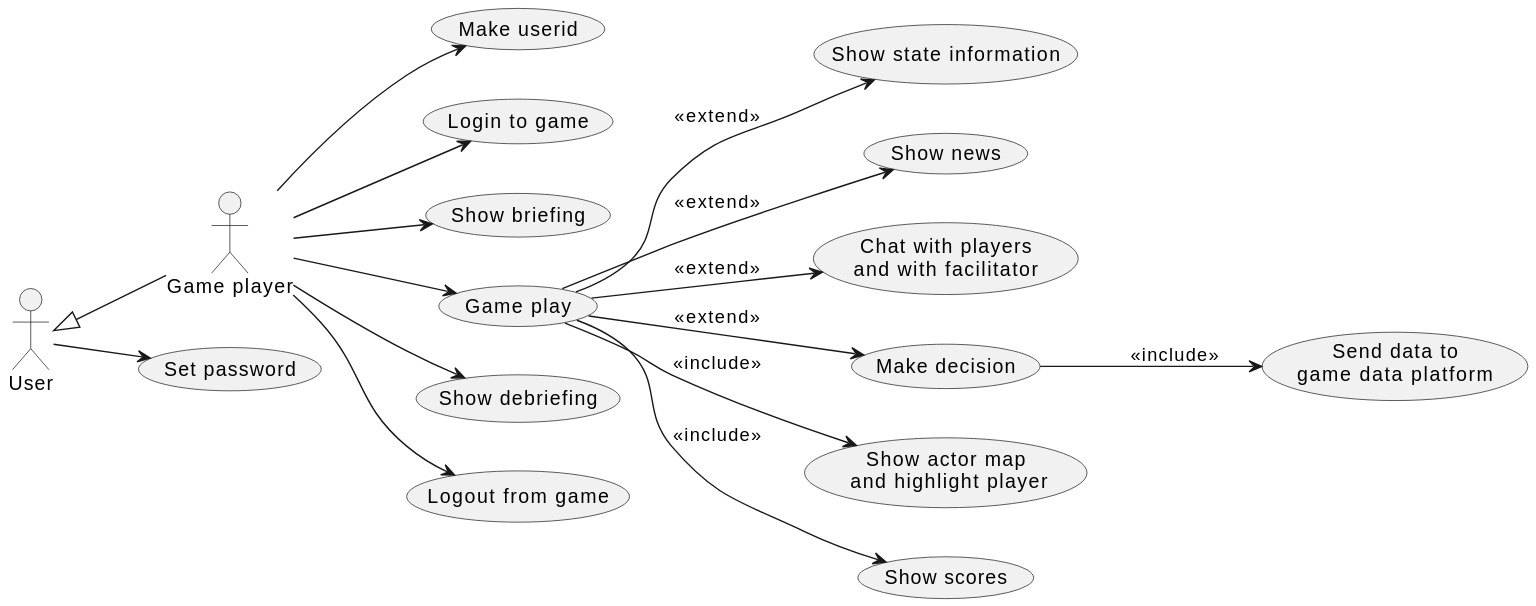
Above: doc/1-use-cases/diagrams/game-play.svg in averbraeck/gscg-design (PlantUML), before the change.
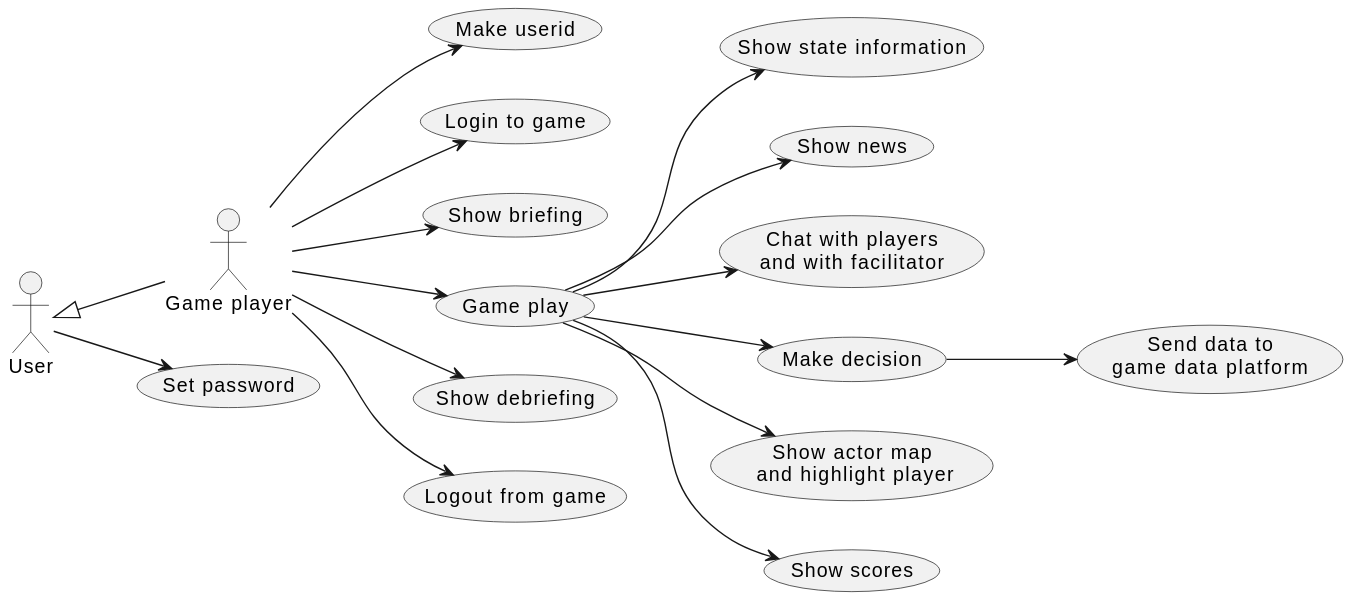
Above is the later version.

What changed in the source:
```diff
@@ -12,14 +12,14 @@
 GP --> (Show briefing)
 
 GP --> (Game play)
-(Game play) --> (Show state information) : << extend >>
-(Game play) --> (Show news) : << extend >>
-(Game play) --> (Chat with players\nand with facilitator) : << extend >>
-(Game play) --> (Make decision) : << extend >>
-(Game play) --> (Show actor map\n and highlight player) : << include >>
-(Game play) --> (Show scores) : << include >>
+(Game play) --> (Show state information)
+(Game play) --> (Show news)
+(Game play) --> (Chat with players\nand with facilitator)
+(Game play) --> (Make decision)
+(Game play) --> (Show actor map\n and highlight player)
+(Game play) --> (Show scores)
 
-(Make decision) --> (Send data to\ngame data platform) : << include >>
+(Make decision) --> (Send data to\ngame data platform)
 
 GP --> (Show debriefing)
 
```
